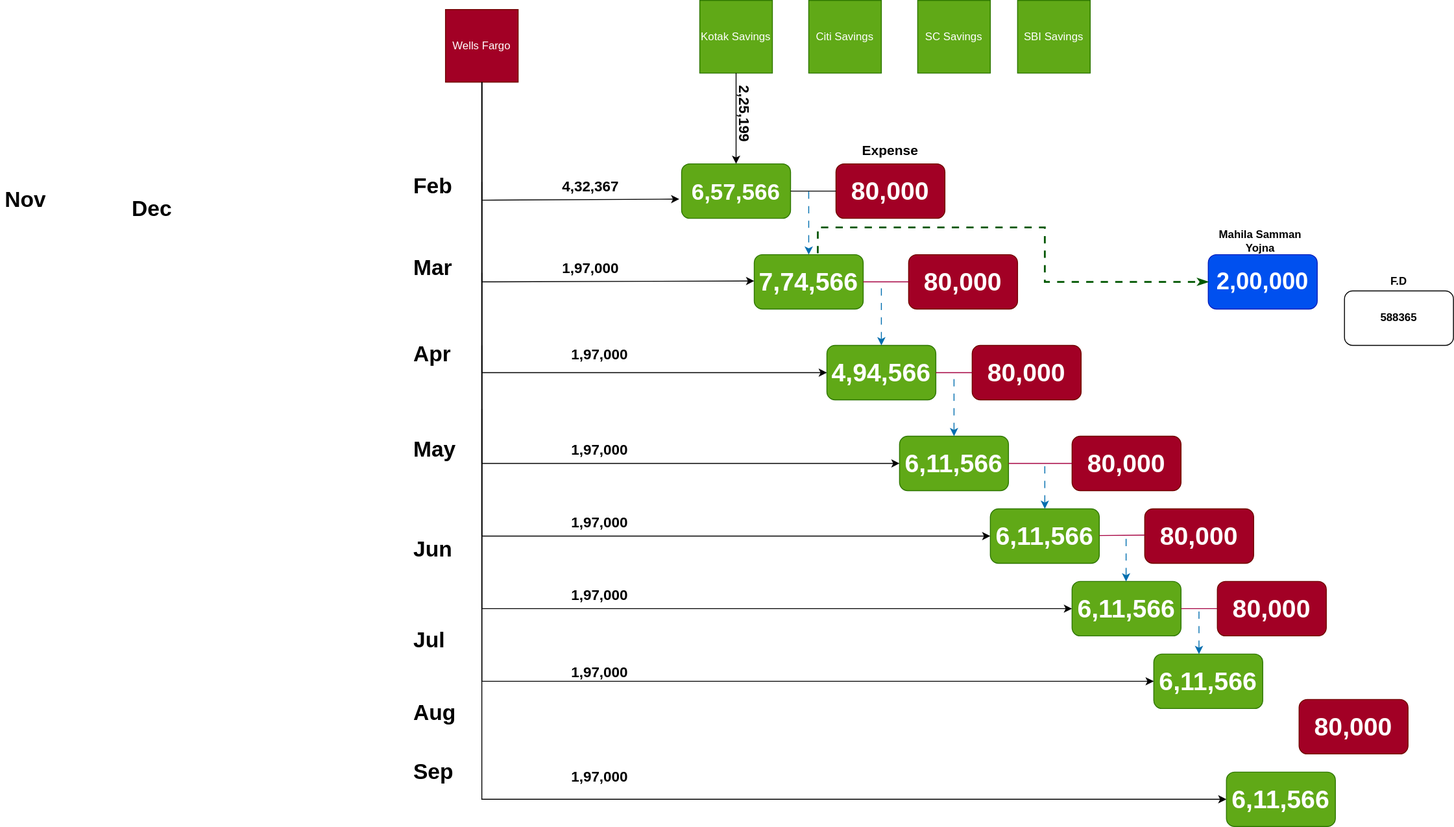
The draw.io diagram Investments.drawio.svg in uchiharizvi/design-diagrams, before a commit. Source tidied: cells renumbered, new cells last; positions are measured from the earlier drawing's top-left corner, leaving out a move shared by most shapes.
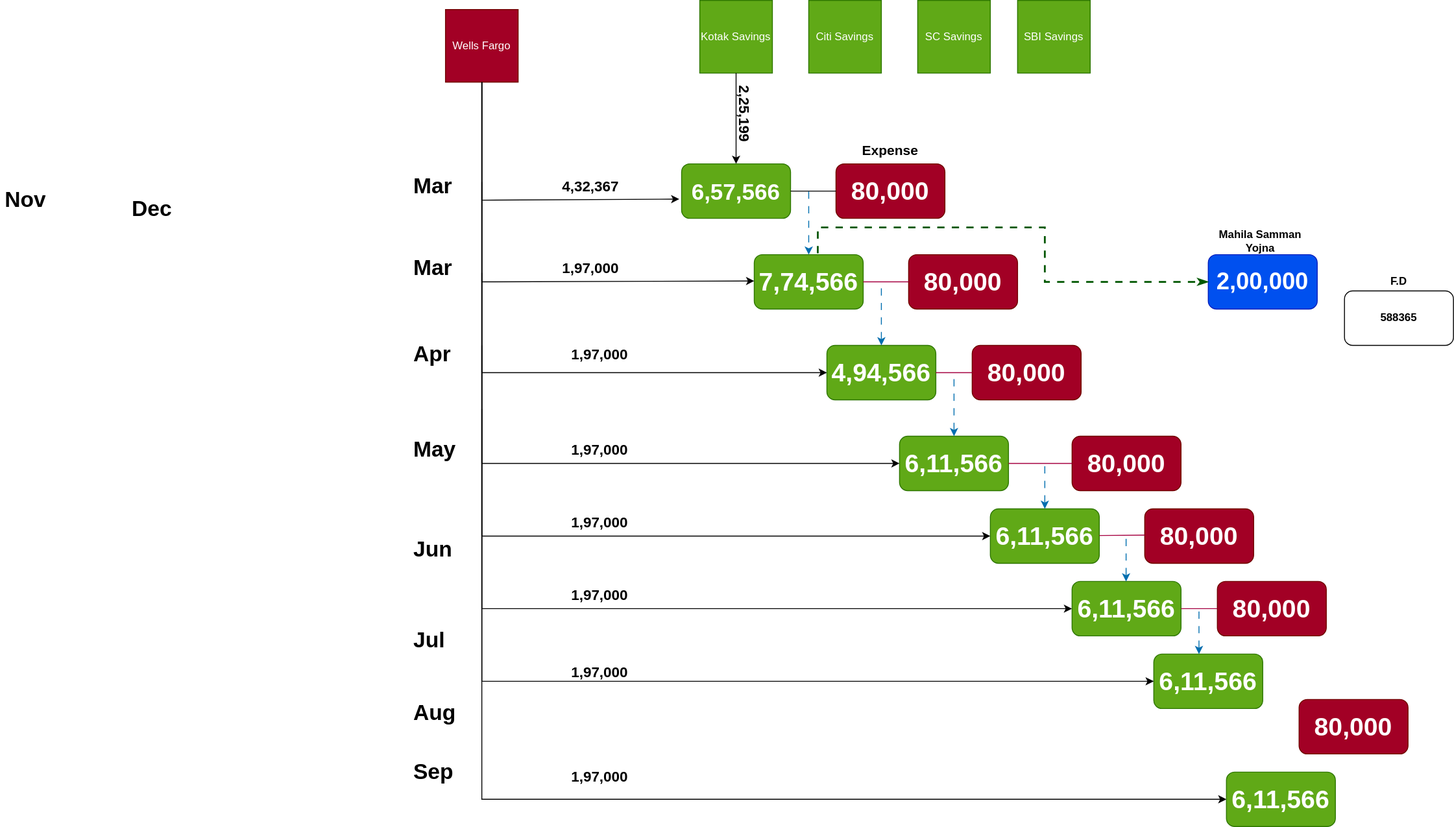
After the commit.

What changed in the source:
```diff
@@ -42,7 +42,7 @@
     <mxCell id="13" value="&lt;h1&gt;Mar&lt;/h1&gt;" style="text;html=1;spacing=5;spacingTop=-20;whiteSpace=wrap;overflow=hidden;rounded=0;" parent="1" vertex="1">
       <mxGeometry x="450" y="275" width="70" height="40" as="geometry" />
     </mxCell>
-    <mxCell id="14" value="&lt;h1&gt;Feb&lt;/h1&gt;" style="text;html=1;spacing=5;spacingTop=-20;whiteSpace=wrap;overflow=hidden;rounded=0;" parent="1" vertex="1">
+    <mxCell id="14" value="&lt;h1&gt;Mar&lt;/h1&gt;" style="text;html=1;spacing=5;spacingTop=-20;whiteSpace=wrap;overflow=hidden;rounded=0;" parent="1" vertex="1">
       <mxGeometry x="450" y="185" width="70" height="40" as="geometry" />
     </mxCell>
     <mxCell id="15" style="endArrow=classic;html=1;rounded=0;entryX=0.5;entryY=0;entryDx=0;entryDy=0;fillColor=#1ba1e2;strokeColor=#006EAF;flowAnimation=1;" parent="1" edge="1" target="12">
```
